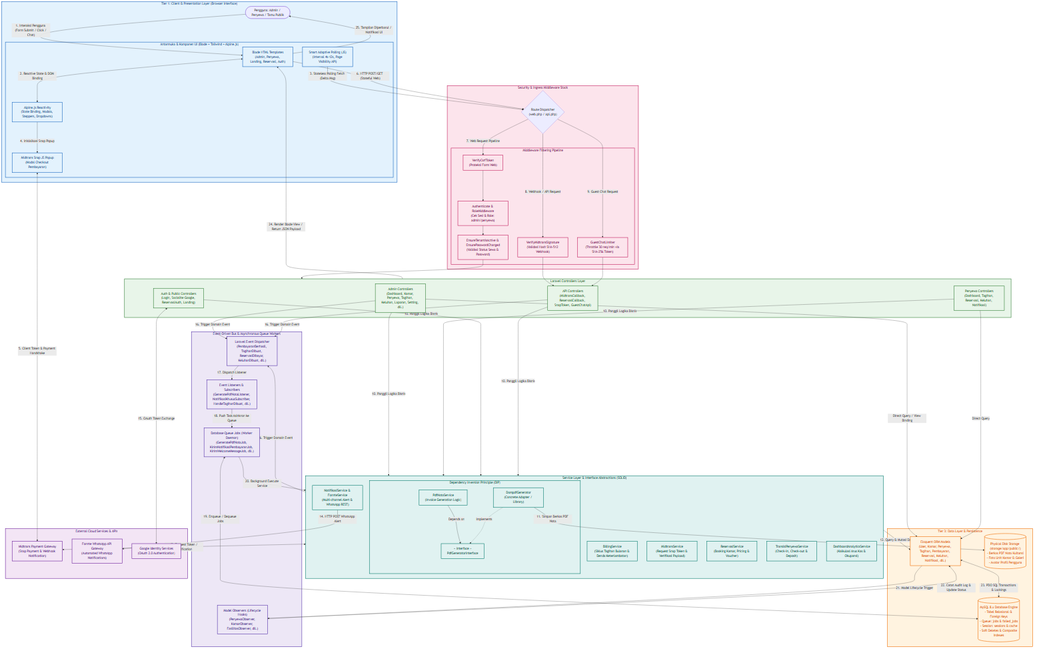
rafifarsyapradiva/asri-boarding-house keeps this Mermaid diagram as Blueprint/component/component_interaction_flow.png. Above is the earlier version. Its source is kept beside it as Blueprint/component/component_interaction_flow.mmd.
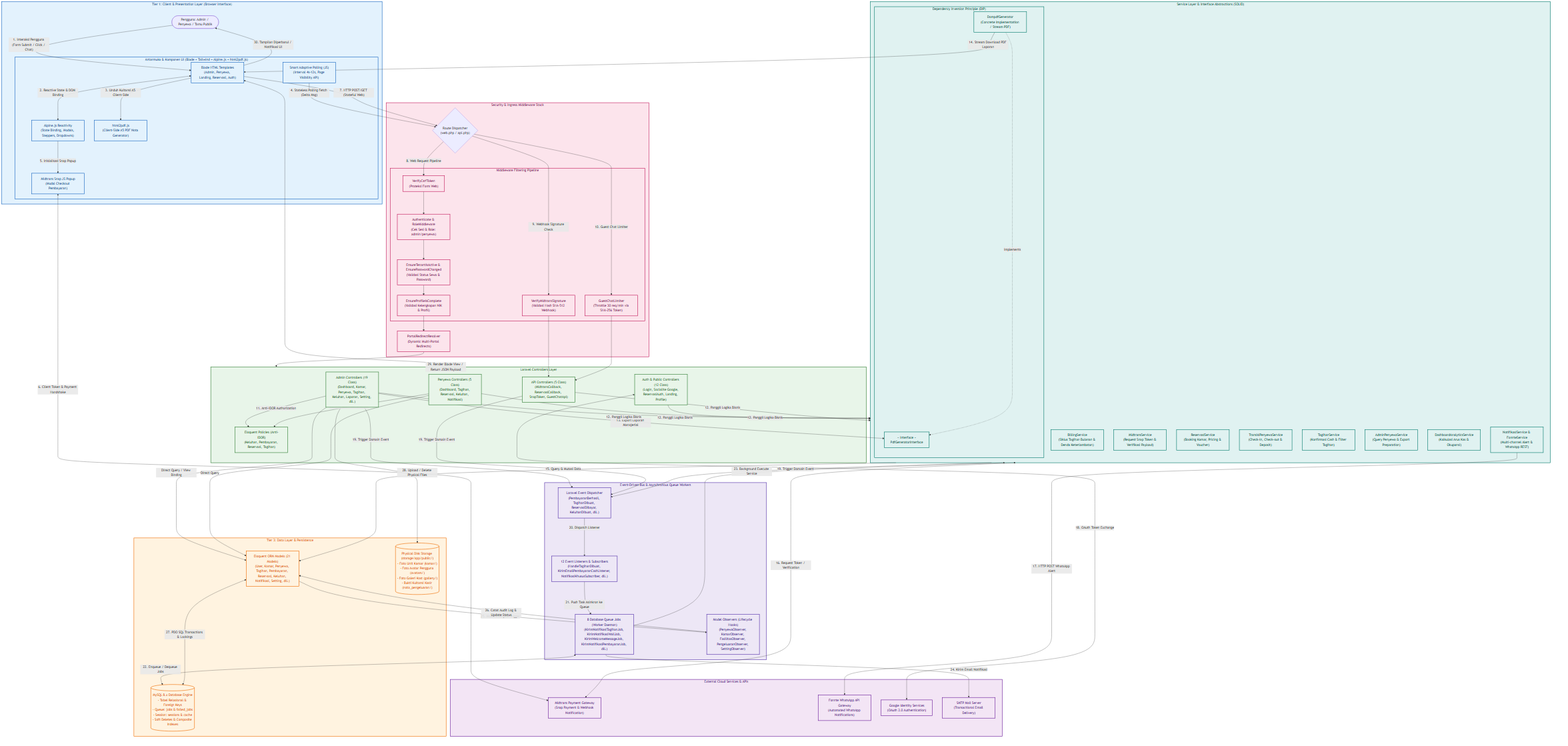
The same file after the commit.

The edit, as a diff of the source:
```diff
@@ -3,9 +3,10 @@
         direction TB
         User(["Pengguna: Admin / Penyewa / Tamu Publik"])
 
-        subgraph UI_Components["Antarmuka & Komponen UI (Blade + Tailwind + Alpine.js)"]
+        subgraph UI_Components["Antarmuka & Komponen UI (Blade + Tailwind + Alpine.js + html2pdf.js)"]
             BladeViews["Blade HTML Templates<br/>(Admin, Penyewa, Landing, Reservasi, Auth)"]
             AlpineState["Alpine.js Reactivity<br/>(State Binding, Modals, Steppers, Dropdowns)"]
+            Html2PdfJS["html2pdf.js<br/>(Client-Side A5 PDF Nota Generator)"]
             Poller["Smart Adaptive Polling (JS)<br/>(Interval 4s-12s, Page Visibility API)"]
             SnapModal["Midtrans Snap JS Popup<br/>(Modal Checkout Pembayaran)"]
         end
@@ -19,17 +20,20 @@
             CSRF["VerifyCsrfToken<br/>(Proteksi Form Web)"]
             AuthCheck["Authenticate & RoleMiddleware<br/>(Cek Sesi & Role: admin/penyewa)"]
             TenantCheck["EnsureTenantIsActive & EnsurePasswordChanged<br/>(Validasi Status Sewa & Password)"]
+            ProfileCheck["EnsureProfileIsComplete<br/>(Validasi Kelengkapan NIK & Profil)"]
             SigCheck["VerifyMidtransSignature<br/>(Validasi Hash SHA-512 Webhook)"]
             RateLimit["GuestChatLimiter<br/>(Throttle 30 req/min via SHA-256 Token)"]
         end
+        PortalResolver["PortalRedirectResolver<br/>(Dynamic Multi-Portal Redirects)"]
     end
 
     subgraph AppControllers["Laravel Controllers Layer"]
         direction TB
-        AdminController["Admin Controllers<br/>(Dashboard, Kamar, Penyewa, Tagihan, Keluhan, Laporan, Setting, dll.)"]
-        PenyewaController["Penyewa Controllers<br/>(Dashboard, Tagihan, Reservasi, Keluhan, Notifikasi)"]
-        ApiController["API Controllers<br/>(MidtransCallback, ReservasiCallback, SnapToken, GuestChatApi)"]
-        AuthController["Auth & Public Controllers<br/>(Login, Socialite Google, ReservasiAuth, Landing)"]
+        AdminController["Admin Controllers (19 Class)<br/>(Dashboard, Kamar, Penyewa, Tagihan, Keluhan, Laporan, Setting, dll.)"]
+        PenyewaController["Penyewa Controllers (5 Class)<br/>(Dashboard, Tagihan, Reservasi, Keluhan, Notifikasi)"]
+        ApiController["API Controllers (5 Class)<br/>(MidtransCallback, ReservasiCallback, SnapToken, GuestChatApi)"]
+        AuthController["Auth & Public Controllers (12 Class)<br/>(Login, Socialite Google, ReservasiAuth, Landing, Profile)"]
+        Policies["Eloquent Policies (Anti-IDOR)<br/>(Keluhan, Pembayaran, Reservasi, Tagihan)"]
     end
 
     subgraph ServiceLayer["Service Layer & Interface Abstractions (SOLID)"]
@@ -38,29 +42,30 @@
         MidtransSvc["MidtransService<br/>(Request Snap Token & Verifikasi Payload)"]
         ReservasiSvc["ReservasiService<br/>(Booking Kamar, Pricing & Voucher)"]
         TransisiSvc["TransisiPenyewaService<br/>(Check-in, Check-out & Deposit)"]
+        TagihanSvc["TagihanService<br/>(Konfirmasi Cash & Filter Tagihan)"]
+        AdminPenyewaSvc["AdminPenyewaService<br/>(Query Penyewa & Export Preparation)"]
         NotifSvc["NotifikasiService & FonnteService<br/>(Multi-channel Alert & WhatsApp REST)"]
         AnalyticsSvc["DashboardAnalyticsService<br/>(Kalkulasi Arus Kas & Okupansi)"]
 
         subgraph DIP_Section["Dependency Inversion Principle (DIP)"]
-            PdfNotaSvc["PdfNotaService<br/>(Invoice Generation Logic)"]
             PdfInterface["« Interface »<br/>PdfGeneratorInterface"]
-            DompdfAdapter["DompdfGenerator<br/>(Concrete Adapter / Library)"]
+            DompdfAdapter["DompdfGenerator<br/>(Concrete Implementation / Stream PDF)"]
         end
     end
 
     subgraph EventQueueSystem["Event-Driven Bus & Asynchronous Queue Workers"]
         direction TB
         EventBus["Laravel Event Dispatcher<br/>(PembayaranBerhasil, TagihanDibuat, ReservasiDibayar, KeluhanDibuat, dll.)"]
-        Listeners["Event Listeners & Subscribers<br/>(GeneratePdfNotaListener, NotifikasiKhususSubscriber, HandleTagihanDibuat, dll.)"]
-        QueueJobs["Database Queue Jobs (Worker Daemon)<br/>(GeneratePdfNotaJob, KirimNotifikasiPembayaranJob, KirimWelcomeMessageJob, dll.)"]
-        ModelObservers["Model Observers (Lifecycle Hooks)<br/>(PenyewaObserver, KamarObserver, FasilitasObserver, dll.)"]
+        Listeners["12 Event Listeners & Subscribers<br/>(HandleTagihanDibuat, KirimEmailPembayaranCashListener, NotifikasiKhususSubscriber, dll.)"]
+        QueueJobs["8 Database Queue Jobs (Worker Daemon)<br/>(KirimNotifikasiTagihanJob, KirimNotifikasiWaliJob, KirimWelcomeMessageJob, KirimNotifikasiPembayaranJob, dll.)"]
+        ModelObservers["Model Observers (Lifecycle Hooks)<br/>(PenyewaObserver, KamarObserver, FasilitasObserver, PengeluaranObserver, SettingObserver)"]
     end
 
     subgraph DataPersistence["Tier 3: Data Layer & Persistence"]
         direction TB
-        EloquentORM["Eloquent ORM Models<br/>(User, Kamar, Penyewa, Tagihan, Pembayaran, Reservasi, Keluhan, Notifikasi, dll.)"]
+        EloquentORM["Eloquent ORM Models (21 Models)<br/>(User, Kamar, Penyewa, Tagihan, Pembayaran, Reservasi, Keluhan, Notifikasi, Setting, dll.)"]
         MySQL_DB[("MySQL 8.x Database Engine<br/>- Tabel Relasional & Foreign Keys<br/>- Queue: jobs & failed_jobs<br/>- Session: sessions & cache<br/>- Soft Deletes & Composite Indexes")]
-        LocalDisk[("Physical Disk Storage (storage/app/public/)<br/>- Berkas PDF Nota Kuitansi<br/>- Foto Unit Kamar & Galeri<br/>- Avatar Profil Pengguna")]
+        LocalDisk[("Physical Disk Storage (storage/app/public/)<br/>- Foto Unit Kamar (kamar/)<br/>- Foto Avatar Pengguna (avatars/)<br/>- Foto Galeri Kost (gallery/)<br/>- Bukti Kuitansi Kasir (nota_pengeluaran/)")]
     end
 
     subgraph ExternalGateways["External Cloud Services & APIs"]
@@ -68,59 +73,67 @@
         MidtransGW["Midtrans Payment Gateway<br/>(Snap Payment & Webhook Notification)"]
         FonnteGW["Fonnte WhatsApp API Gateway<br/>(Automated WhatsApp Notifications)"]
         GoogleGW["Google Identity Services<br/>(OAuth 2.0 Authentication)"]
+        MailGW["SMTP Mail Server<br/>(Transactional Email Delivery)"]
     end
-
 
     User -->|"1. Interaksi Pengguna (Form Submit / Click / Chat)"| BladeViews
     BladeViews <-->|"2. Reactive State & DOM Binding"| AlpineState
-    Poller -->|"3. Stateless Polling Fetch (Delta Msg)"| RouteDispatch
-    AlpineState -->|"4. Inisialisasi Snap Popup"| SnapModal
-    SnapModal <-->|"5. Client Token & Payment Handshake"| MidtransGW
+    BladeViews -->|"3. Unduh Kuitansi A5 Client-Side"| Html2PdfJS
+    Poller -->|"4. Stateless Polling Fetch (Delta Msg)"| RouteDispatch
+    AlpineState -->|"5. Inisialisasi Snap Popup"| SnapModal
+    SnapModal <-->|"6. Client Token & Payment Handshake"| MidtransGW
 
-    BladeViews -->|"6. HTTP POST/GET (Stateful Web)"| RouteDispatch
-    RouteDispatch -->|"7. Web Request Pipeline"| CSRF
+    BladeViews -->|"7. HTTP POST/GET (Stateful Web)"| RouteDispatch
+    RouteDispatch -->|"8. Web Request Pipeline"| CSRF
     CSRF --> AuthCheck
     AuthCheck --> TenantCheck
-    TenantCheck --> AppControllers
+    TenantCheck --> ProfileCheck
+    ProfileCheck --> PortalResolver
+    PortalResolver --> AppControllers
 
-    RouteDispatch -->|"8. Webhook / API Request"| SigCheck
+    RouteDispatch -->|"9. Webhook Signature Check"| SigCheck
     SigCheck --> ApiController
-    RouteDispatch -->|"9. Guest Chat Request"| RateLimit
+    RouteDispatch -->|"10. Guest Chat Limiter"| RateLimit
     RateLimit --> ApiController
 
-    AdminController -->|"10. Panggil Logika Bisnis"| ServiceLayer
-    PenyewaController -->|"10. Panggil Logika Bisnis"| ServiceLayer
-    AuthController -->|"10. Panggil Logika Bisnis"| ServiceLayer
-    ApiController -->|"10. Panggil Logika Bisnis"| ServiceLayer
+    AdminController -->|"11. Anti-IDOR Authorization"| Policies
+    PenyewaController -->|"11. Anti-IDOR Authorization"| Policies
+
+    AdminController -->|"12. Panggil Logika Bisnis"| ServiceLayer
+    PenyewaController -->|"12. Panggil Logika Bisnis"| ServiceLayer
+    AuthController -->|"12. Panggil Logika Bisnis"| ServiceLayer
+    ApiController -->|"12. Panggil Logika Bisnis"| ServiceLayer
 
     AdminController -->|"Direct Query / View Binding"| EloquentORM
     PenyewaController -->|"Direct Query"| EloquentORM
 
-    PdfNotaSvc -->|"Depends on"| PdfInterface
+    AdminController -->|"13. Export Laporan Manajerial"| PdfInterface
     DompdfAdapter -.->|"Implements"| PdfInterface
-    DompdfAdapter -->|"11. Simpan Berkas PDF Nota"| LocalDisk
+    DompdfAdapter -->|"14. Stream Download PDF Laporan"| BladeViews
 
-    ServiceLayer -->|"12. Query & Mutasi Data"| EloquentORM
-    ServiceLayer <-->|"13. Request Token / Verification"| MidtransGW
-    NotifSvc -->|"14. HTTP POST WhatsApp Alert"| FonnteGW
-    AuthController <-->|"15. OAuth Token Exchange"| GoogleGW
+    ServiceLayer -->|"15. Query & Mutasi Data"| EloquentORM
+    ServiceLayer <-->|"16. Request Token / Verification"| MidtransGW
+    NotifSvc -->|"17. HTTP POST WhatsApp Alert"| FonnteGW
+    AuthController <-->|"18. OAuth Token Exchange"| GoogleGW
 
-    ServiceLayer -->|"16. Trigger Domain Event"| EventBus
-    AdminController -->|"16. Trigger Domain Event"| EventBus
-    ApiController -->|"16. Trigger Domain Event"| EventBus
+    ServiceLayer -->|"19. Trigger Domain Event"| EventBus
+    AdminController -->|"19. Trigger Domain Event"| EventBus
+    ApiController -->|"19. Trigger Domain Event"| EventBus
 
-    EventBus -->|"17. Dispatch Listener"| Listeners
-    Listeners -->|"18. Push Task Asinkron ke Queue"| QueueJobs
-    QueueJobs <-->|"19. Enqueue / Dequeue Jobs"| MySQL_DB
-    QueueJobs -->|"20. Background Execute Service"| ServiceLayer
+    EventBus -->|"20. Dispatch Listener"| Listeners
+    Listeners -->|"21. Push Task Asinkron ke Queue"| QueueJobs
+    QueueJobs <-->|"22. Enqueue / Dequeue Jobs"| MySQL_DB
+    QueueJobs -->|"23. Background Execute Service"| ServiceLayer
+    QueueJobs -->|"24. Kirim Email Notifikasi"| MailGW
 
-    EloquentORM -->|"21. Model Lifecycle Trigger"| ModelObservers
-    ModelObservers -->|"22. Catat Audit Log & Update Status"| EloquentORM
+    EloquentORM -->|"25. Model Lifecycle Trigger"| ModelObservers
+    ModelObservers -->|"26. Catat Audit Log & Update Status"| EloquentORM
 
-    EloquentORM <-->|"23. PDO SQL Transactions & Lockings"| MySQL_DB
+    EloquentORM <-->|"27. PDO SQL Transactions & Lockings"| MySQL_DB
+    AdminController -->|"28. Upload / Delete Physical Files"| LocalDisk
 
-    AppControllers -->|"24. Render Blade View / Return JSON Payload"| BladeViews
-    BladeViews -->|"25. Tampilan Diperbarui / Notifikasi UI"| User
+    AppControllers -->|"29. Render Blade View / Return JSON Payload"| BladeViews
+    BladeViews -->|"30. Tampilan Diperbarui / Notifikasi UI"| User
 
     classDef client fill:#E3F2FD,stroke:#1565C0,stroke-width:2px,color:#0D47A1;
     classDef security fill:#FCE4EC,stroke:#C2185B,stroke-width:2px,color:#880E4F;
@@ -130,10 +143,10 @@
     classDef data fill:#FFF3E0,stroke:#EF6C00,stroke-width:2px,color:#E65100;
     classDef ext fill:#F3E5F5,stroke:#6A1B9A,stroke-width:2px,color:#4A148C;
 
-    class ClientLayer,UI_Components,BladeViews,AlpineState,Poller,SnapModal client;
-    class SecurityPipeline,MiddlewareStack,CSRF,AuthCheck,TenantCheck,SigCheck,RateLimit security;
-    class AppControllers,AdminController,PenyewaController,ApiController,AuthController app;
-    class ServiceLayer,BillingSvc,MidtransSvc,ReservasiSvc,TransisiSvc,NotifSvc,AnalyticsSvc,DIP_Section,PdfNotaSvc,PdfInterface,DompdfAdapter service;
+    class ClientLayer,UI_Components,BladeViews,AlpineState,Html2PdfJS,Poller,SnapModal client;
+    class SecurityPipeline,MiddlewareStack,CSRF,AuthCheck,TenantCheck,ProfileCheck,SigCheck,RateLimit,PortalResolver security;
+    class AppControllers,AdminController,PenyewaController,ApiController,AuthController,Policies app;
+    class ServiceLayer,BillingSvc,MidtransSvc,ReservasiSvc,TransisiSvc,TagihanSvc,AdminPenyewaSvc,NotifSvc,AnalyticsSvc,DIP_Section,PdfInterface,DompdfAdapter service;
     class EventQueueSystem,EventBus,Listeners,QueueJobs,ModelObservers event;
     class DataPersistence,EloquentORM,MySQL_DB,LocalDisk data;
-    class ExternalGateways,MidtransGW,FonnteGW,GoogleGW ext;
+    class ExternalGateways,MidtransGW,FonnteGW,GoogleGW,MailGW ext;
```
